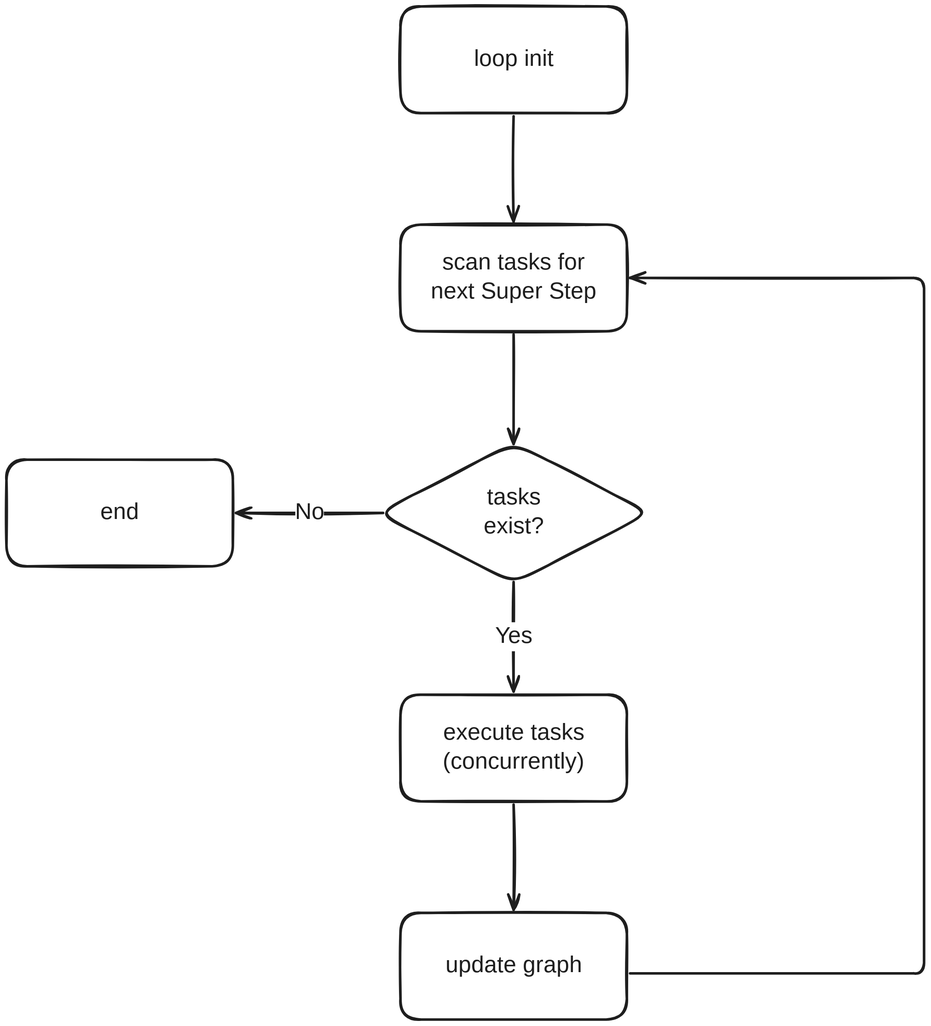
The Excalidraw diagram source/_posts/LangGraphPregelExecution/loop_process.svg in theo1893/theo1893.github.io, before a commit. Source tidied: one line per element, renumbered; positions are measured from the earlier drawing's top-left corner, leaving out a move shared by most shapes. The source it was exported from:
```json
{"id": 0, "type": "rectangle", "strokeColor": "#1e1e1e", "strokeWidth": 4, "roughness": 1, "round": true, "x": 612, "y": 0, "width": 351, "height": 165}
{"id": 1, "type": "text", "text": "loop init", "strokeColor": "#1e1e1e", "strokeWidth": 4, "roughness": 1, "fontSize": 36, "fontFamily": 5, "textAlign": "center", "verticalAlign": "middle", "inside": 0, "x": 717, "y": 60, "width": 141, "height": 45}
{"id": 2, "type": "rectangle", "strokeColor": "#1e1e1e", "strokeWidth": 4, "roughness": 1, "round": true, "x": 612, "y": 338, "width": 351, "height": 165}
{"id": 3, "type": "text", "text": "scan tasks for\nnext Super Step", "strokeColor": "#1e1e1e", "strokeWidth": 4, "roughness": 1, "fontSize": 36, "fontFamily": 5, "textAlign": "center", "verticalAlign": "middle", "inside": 2, "x": 645, "y": 376, "width": 285, "height": 90}
{"id": 4, "type": "diamond", "strokeColor": "#1e1e1e", "strokeWidth": 4, "roughness": 1, "round": true, "x": 576, "y": 677, "width": 422, "height": 218}
{"id": 5, "type": "text", "text": "tasks\nexist?", "strokeColor": "#1e1e1e", "strokeWidth": 4, "roughness": 1, "fontSize": 36, "fontFamily": 5, "textAlign": "center", "verticalAlign": "middle", "inside": 4, "x": 735, "y": 741, "width": 106, "height": 90}
{"id": 6, "type": "rectangle", "strokeColor": "#1e1e1e", "strokeWidth": 4, "roughness": 1, "round": true, "x": 612, "y": 1068, "width": 351, "height": 165}
{"id": 7, "type": "text", "text": "execute tasks\n(concurrently)", "strokeColor": "#1e1e1e", "strokeWidth": 4, "roughness": 1, "fontSize": 36, "fontFamily": 5, "textAlign": "center", "verticalAlign": "middle", "inside": 6, "x": 662, "y": 1105, "width": 250, "height": 90}
{"id": 8, "type": "rectangle", "strokeColor": "#1e1e1e", "strokeWidth": 4, "roughness": 1, "round": true, "x": 612, "y": 1406, "width": 351, "height": 165}
{"id": 9, "type": "text", "text": "update graph", "strokeColor": "#1e1e1e", "strokeWidth": 4, "roughness": 1, "fontSize": 36, "fontFamily": 5, "textAlign": "center", "verticalAlign": "middle", "inside": 8, "x": 673, "y": 1466, "width": 229, "height": 45}
{"id": 10, "type": "arrow", "strokeColor": "#1e1e1e", "strokeWidth": 4, "roughness": 1, "endArrowhead": "arrow", "from": 0, "to": 2, "x": 787, "y": 170, "width": 0, "height": 163, "points": [[0, 0], [0, 163]]}
{"id": 11, "type": "arrow", "strokeColor": "#1e1e1e", "strokeWidth": 4, "roughness": 1, "endArrowhead": "arrow", "from": 2, "to": 4, "x": 787, "y": 509, "width": 0, "height": 170, "points": [[0, 0], [0, 170]]}
{"id": 12, "type": "arrow", "strokeColor": "#1e1e1e", "strokeWidth": 4, "roughness": 1, "endArrowhead": "arrow", "from": 4, "to": 6, "x": 787, "y": 893, "width": 0, "height": 170, "points": [[0, 0], [0, 170]]}
{"id": 13, "type": "text", "text": "Yes", "strokeColor": "#1e1e1e", "strokeWidth": 4, "roughness": 1, "fontSize": 36, "fontFamily": 5, "textAlign": "center", "verticalAlign": "middle", "inside": 12, "x": 759, "y": 955, "width": 57, "height": 45}
{"id": 14, "type": "arrow", "strokeColor": "#1e1e1e", "strokeWidth": 4, "roughness": 1, "endArrowhead": "arrow", "from": 6, "to": 8, "x": 787, "y": 1238, "width": 0, "height": 163, "points": [[0, 0], [0, 163]]}
{"id": 15, "type": "arrow", "strokeColor": "#1e1e1e", "strokeWidth": 4, "roughness": 1, "endArrowhead": "arrow", "from": 8, "to": 2, "x": 968, "y": 1500, "width": 456, "height": 1079, "points": [[0, 0], [456, 0], [456, -1079], [0, -1079]]}
{"id": 16, "type": "rectangle", "strokeColor": "#1e1e1e", "strokeWidth": 4, "roughness": 1, "round": true, "x": 0, "y": 703, "width": 351, "height": 165}
{"id": 17, "type": "text", "text": "end", "strokeColor": "#1e1e1e", "strokeWidth": 4, "roughness": 1, "fontSize": 36, "fontFamily": 5, "textAlign": "center", "verticalAlign": "middle", "inside": 16, "x": 146, "y": 763, "width": 60, "height": 45}
{"id": 18, "type": "arrow", "strokeColor": "#1e1e1e", "strokeWidth": 4, "roughness": 1, "endArrowhead": "arrow", "from": 4, "to": 16, "x": 585, "y": 786, "width": 228, "height": 0, "points": [[0, 0], [-228, 0]]}
{"id": 19, "type": "text", "text": "No", "strokeColor": "#1e1e1e", "strokeWidth": 4, "roughness": 1, "fontSize": 36, "fontFamily": 5, "textAlign": "center", "verticalAlign": "middle", "inside": 18, "x": 448, "y": 763, "width": 44, "height": 45}
```
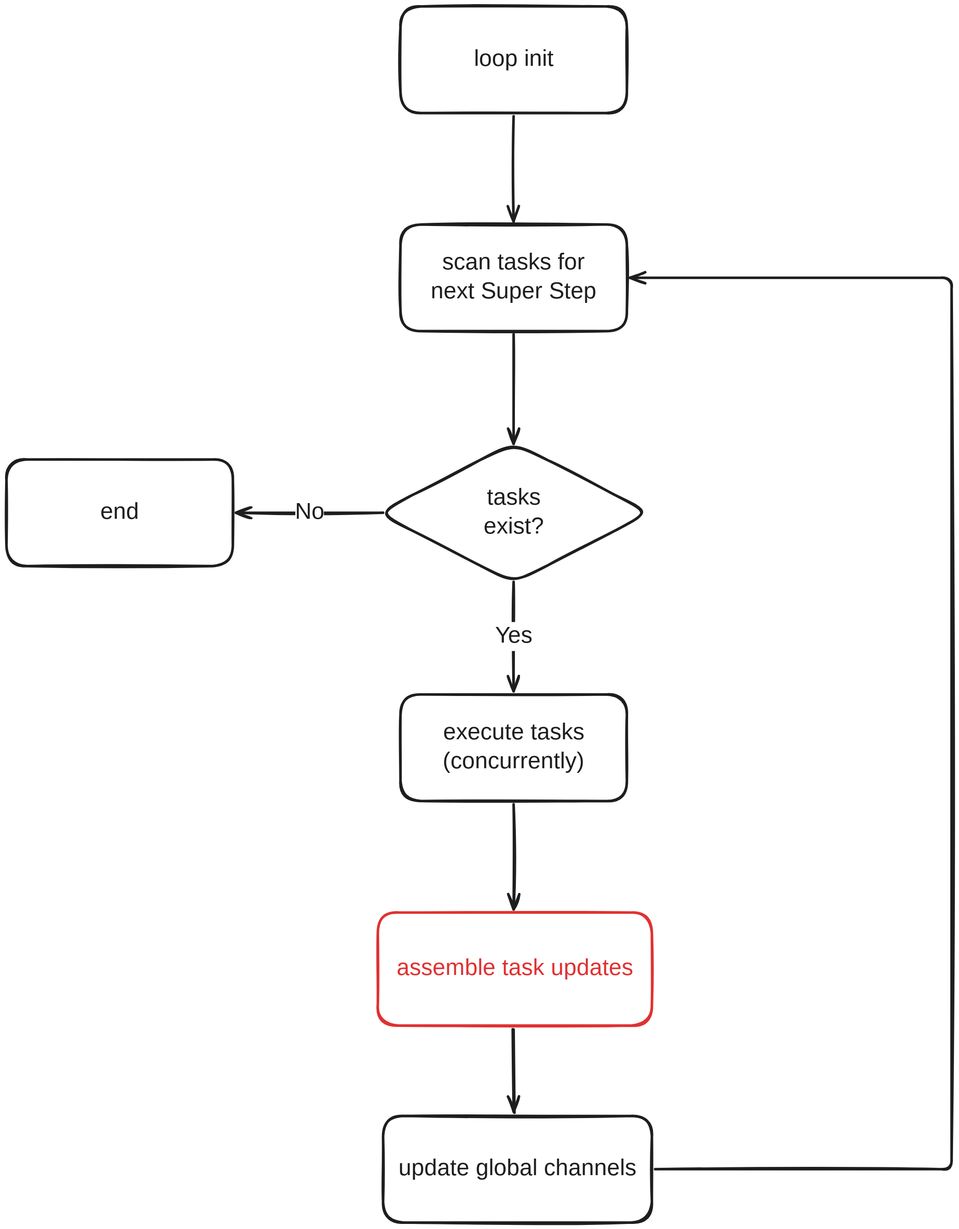
Later version of the same file.

Change to the diagram source:
```diff
@@ -6,15 +6,18 @@
 {"id": 5, "type": "text", "text": "tasks\nexist?", "strokeColor": "#1e1e1e", "strokeWidth": 4, "roughness": 1, "fontSize": 36, "fontFamily": 5, "textAlign": "center", "verticalAlign": "middle", "inside": 4, "x": 735, "y": 741, "width": 106, "height": 90}
 {"id": 6, "type": "rectangle", "strokeColor": "#1e1e1e", "strokeWidth": 4, "roughness": 1, "round": true, "x": 612, "y": 1068, "width": 351, "height": 165}
 {"id": 7, "type": "text", "text": "execute tasks\n(concurrently)", "strokeColor": "#1e1e1e", "strokeWidth": 4, "roughness": 1, "fontSize": 36, "fontFamily": 5, "textAlign": "center", "verticalAlign": "middle", "inside": 6, "x": 662, "y": 1105, "width": 250, "height": 90}
-{"id": 8, "type": "rectangle", "strokeColor": "#1e1e1e", "strokeWidth": 4, "roughness": 1, "round": true, "x": 612, "y": 1406, "width": 351, "height": 165}
-{"id": 9, "type": "text", "text": "update graph", "strokeColor": "#1e1e1e", "strokeWidth": 4, "roughness": 1, "fontSize": 36, "fontFamily": 5, "textAlign": "center", "verticalAlign": "middle", "inside": 8, "x": 673, "y": 1466, "width": 229, "height": 45}
 {"id": 10, "type": "arrow", "strokeColor": "#1e1e1e", "strokeWidth": 4, "roughness": 1, "endArrowhead": "arrow", "from": 0, "to": 2, "x": 787, "y": 170, "width": 0, "height": 163, "points": [[0, 0], [0, 163]]}
 {"id": 11, "type": "arrow", "strokeColor": "#1e1e1e", "strokeWidth": 4, "roughness": 1, "endArrowhead": "arrow", "from": 2, "to": 4, "x": 787, "y": 509, "width": 0, "height": 170, "points": [[0, 0], [0, 170]]}
 {"id": 12, "type": "arrow", "strokeColor": "#1e1e1e", "strokeWidth": 4, "roughness": 1, "endArrowhead": "arrow", "from": 4, "to": 6, "x": 787, "y": 893, "width": 0, "height": 170, "points": [[0, 0], [0, 170]]}
 {"id": 13, "type": "text", "text": "Yes", "strokeColor": "#1e1e1e", "strokeWidth": 4, "roughness": 1, "fontSize": 36, "fontFamily": 5, "textAlign": "center", "verticalAlign": "middle", "inside": 12, "x": 759, "y": 955, "width": 57, "height": 45}
-{"id": 14, "type": "arrow", "strokeColor": "#1e1e1e", "strokeWidth": 4, "roughness": 1, "endArrowhead": "arrow", "from": 6, "to": 8, "x": 787, "y": 1238, "width": 0, "height": 163, "points": [[0, 0], [0, 163]]}
+{"id": 14, "type": "arrow", "strokeColor": "#1e1e1e", "strokeWidth": 4, "roughness": 1, "endArrowhead": "arrow", "from": 6, "x": 787, "y": 1238, "width": 0, "height": 163, "points": [[0, 0], [0, 163]]}
-{"id": 15, "type": "arrow", "strokeColor": "#1e1e1e", "strokeWidth": 4, "roughness": 1, "endArrowhead": "arrow", "from": 8, "to": 2, "x": 968, "y": 1500, "width": 456, "height": 1079, "points": [[0, 0], [456, 0], [456, -1079], [0, -1079]]}
 {"id": 16, "type": "rectangle", "strokeColor": "#1e1e1e", "strokeWidth": 4, "roughness": 1, "round": true, "x": 0, "y": 703, "width": 351, "height": 165}
 {"id": 17, "type": "text", "text": "end", "strokeColor": "#1e1e1e", "strokeWidth": 4, "roughness": 1, "fontSize": 36, "fontFamily": 5, "textAlign": "center", "verticalAlign": "middle", "inside": 16, "x": 146, "y": 763, "width": 60, "height": 45}
 {"id": 18, "type": "arrow", "strokeColor": "#1e1e1e", "strokeWidth": 4, "roughness": 1, "endArrowhead": "arrow", "from": 4, "to": 16, "x": 585, "y": 786, "width": 228, "height": 0, "points": [[0, 0], [-228, 0]]}
 {"id": 19, "type": "text", "text": "No", "strokeColor": "#1e1e1e", "strokeWidth": 4, "roughness": 1, "fontSize": 36, "fontFamily": 5, "textAlign": "center", "verticalAlign": "middle", "inside": 18, "x": 448, "y": 763, "width": 44, "height": 45}
+{"id": 20, "type": "rectangle", "strokeColor": "#e03131", "strokeWidth": 4, "roughness": 1, "round": true, "x": 576, "y": 1406, "width": 425, "height": 175}
+{"id": 21, "type": "text", "text": "assemble task updates", "strokeColor": "#e03131", "strokeWidth": 4, "roughness": 1, "fontSize": 36, "fontFamily": 5, "textAlign": "center", "verticalAlign": "middle", "inside": 20, "x": 590, "y": 1471, "width": 399, "height": 45}
+{"id": 22, "type": "rectangle", "strokeColor": "#1e1e1e", "strokeWidth": 4, "roughness": 1, "round": true, "x": 585, "y": 1722, "width": 417, "height": 165}
+{"id": 23, "type": "text", "text": "update global channels", "strokeColor": "#1e1e1e", "strokeWidth": 4, "roughness": 1, "fontSize": 36, "fontFamily": 5, "textAlign": "center", "verticalAlign": "middle", "inside": 22, "x": 597, "y": 1782, "width": 392, "height": 45}
+{"id": 24, "type": "arrow", "strokeColor": "#1e1e1e", "strokeWidth": 4, "roughness": 1, "endArrowhead": "arrow", "round": true, "from": 20, "to": 22, "x": 787, "y": 1587, "width": 2, "height": 130, "points": [[0, 0], [2, 130]]}
+{"id": 25, "type": "arrow", "strokeColor": "#1e1e1e", "strokeWidth": 4, "roughness": 1, "endArrowhead": "arrow", "from": 22, "to": 2, "x": 1007, "y": 1804, "width": 499, "height": 1383, "points": [[0, 0], [460, 0], [460, -1383], [-39, -1383]]}
```
